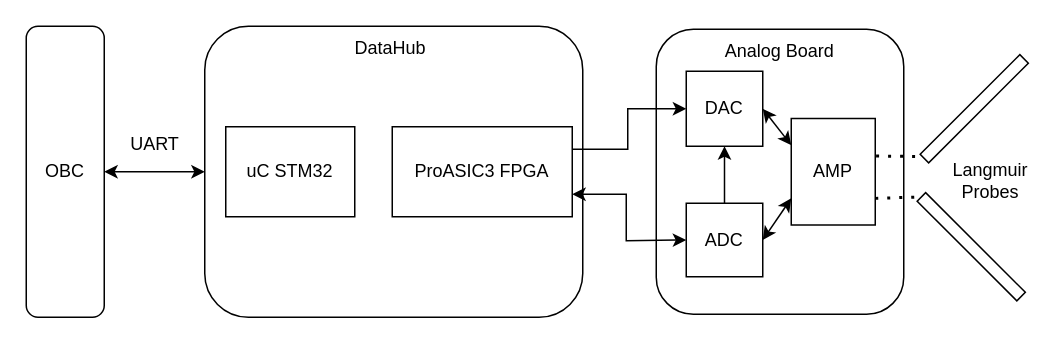
This is LP_full.drawio from WhiskeySierraPapa/LP-Software-uC-SP-MThesis-2025, a draw.io file, before an edit. Source tidied: cells renumbered, new cells numbered last; positions are measured from the earlier drawing's top-left corner, leaving out a move shared by most shapes. Both pictures are drawn from the tidied source at 150%, with x=0, y=0 at pixel (26, 26).
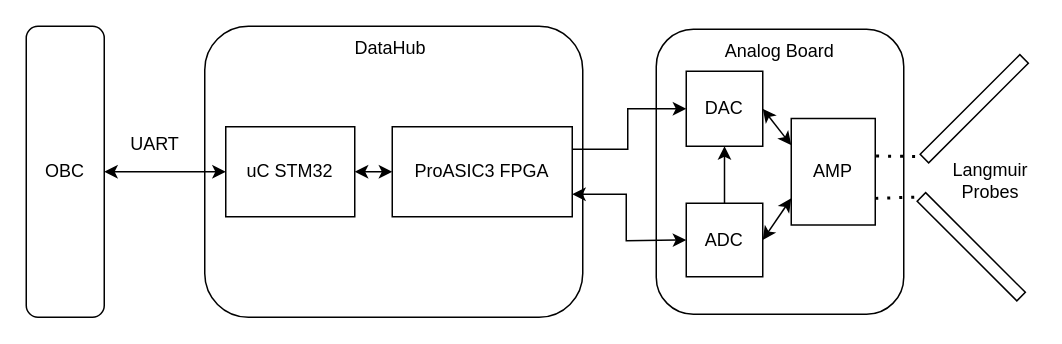
Above is the later version.

The change refers to these unchanged cells:
```xml
<mxCell id="2" style="rounded=1;whiteSpace=wrap;html=1;fillColor=#FFFFFF;" parent="1" vertex="1">
  <mxGeometry x="119" width="252" height="194" as="geometry" />
</mxCell>
<mxCell id="3" value="OBC" style="rounded=1;whiteSpace=wrap;html=1;fillColor=#FFFFFF;" parent="1" vertex="1">
  <mxGeometry width="52" height="194" as="geometry" />
</mxCell>
<mxCell id="7" value="uC STM32" style="rounded=0;whiteSpace=wrap;html=1;" parent="1" vertex="1">
  <mxGeometry x="133" y="67" width="86" height="60" as="geometry" />
</mxCell>
<mxCell id="8" value="ProASIC3 FPGA" style="rounded=0;whiteSpace=wrap;html=1;" parent="1" vertex="1">
  <mxGeometry x="244" y="67" width="120" height="60" as="geometry" />
</mxCell>
```

What changed in the source:
```diff
@@
-    <mxCell id="4" style="endArrow=classic;startArrow=classic;html=1;rounded=0;entryX=0;entryY=0.5;entryDx=0;entryDy=0;exitX=1;exitY=0.5;exitDx=0;exitDy=0;" parent="1" edge="1" source="3" target="2">
+    <mxCell id="4" style="endArrow=classic;startArrow=classic;html=1;rounded=0;entryX=0;entryY=0.5;entryDx=0;entryDy=0;exitX=1;exitY=0.5;exitDx=0;exitDy=0;" parent="1" edge="1" source="3" target="7">
       <mxGeometry relative="1" as="geometry" />
     </mxCell>
@@
+    <mxCell id="24" style="endArrow=classic;startArrow=classic;html=1;rounded=0;exitX=1;exitY=0.5;exitDx=0;exitDy=0;entryX=0;entryY=0.5;entryDx=0;entryDy=0;" parent="1" edge="1" source="7" target="8">
+      <mxGeometry relative="1" as="geometry" />
+    </mxCell>
```
